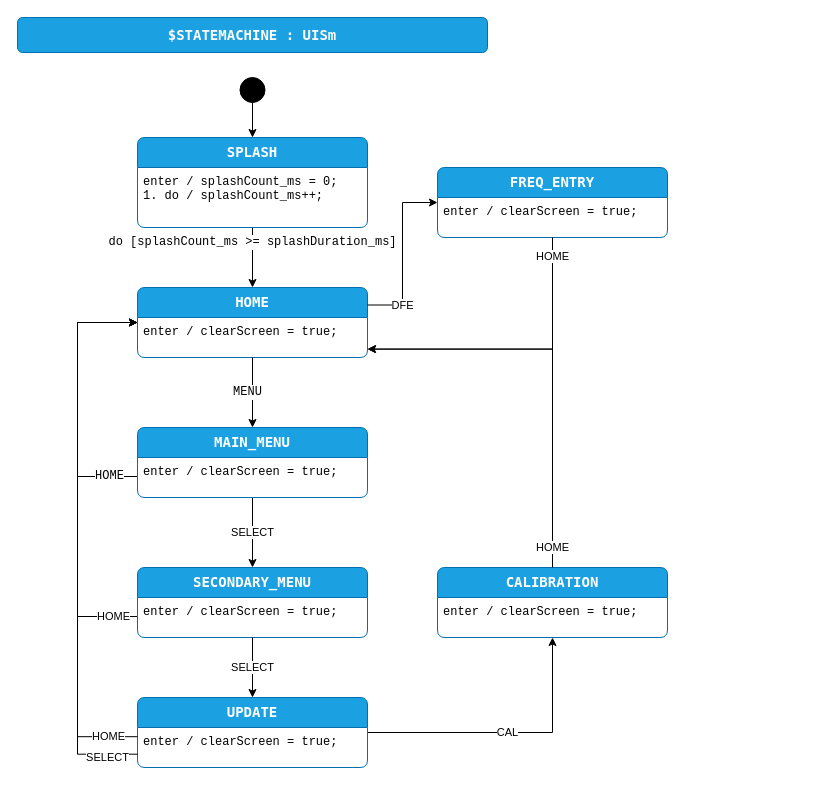
Above: page "design" (1 of 3) of code/src/PhoenixSketch/UISm.drawio in KI3P/Phoenix (draw.io), before the change. Source tidied: cells renumbered, new cells numbered last; positions are measured from the earlier drawing's top-left corner, leaving out a move shared by most shapes. Both pictures are drawn from the tidied source at 100%, with x=0, y=0 at pixel (17, 17).
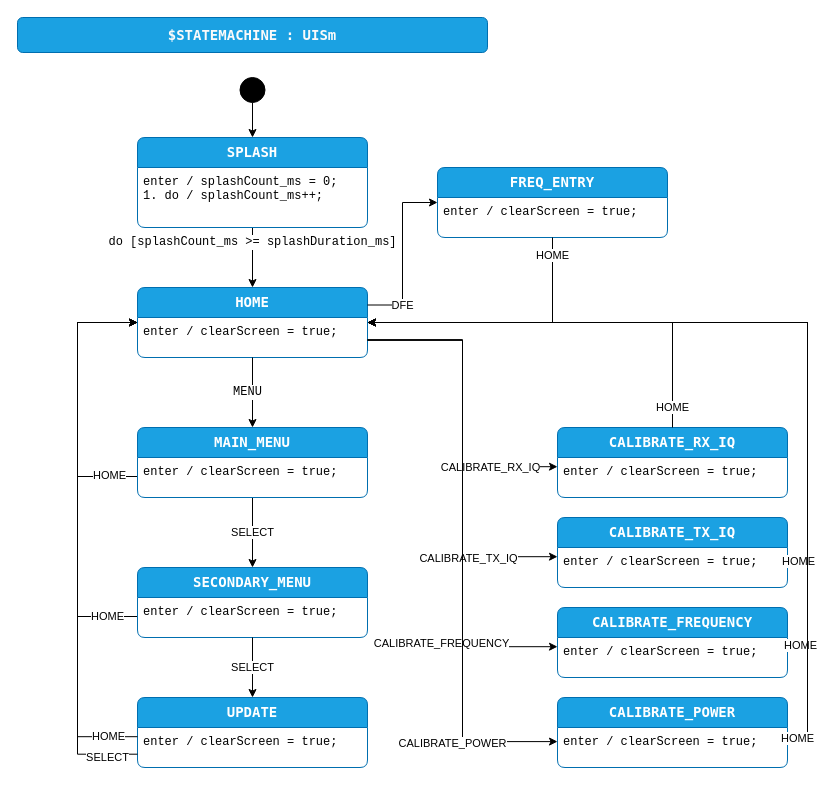
After the change.

The change refers to these unchanged cells:
```xml
<mxCell id="8" value="HOME" style="shape=swimlane;align=center;verticalAlign=top;fontFamily=Lucida Console;startSize=30;fontSize=14;fontStyle=1;fontColor=#ffffff;fillColor=#1ba1e2;swimlaneFillColor=default;rounded=1;arcSize=15;absoluteArcSize=1;points=[[0,0,0,0,0],[0,0.06,0,0,0],[0,0.13,0,0,0],[0,0.19,0,0,0],[0,0.25,0,0,0],[0,0.31,0,0,0],[0,0.38,0,0,0],[0,0.44,0,0,0],[0,0.5,0,0,0],[0,0.56,0,0,0],[0,0.63,0,0,0],[0,0.69,0,0,0],[0,0.75,0,0,0],[0,0.81,0,0,0],[0,0.88,0,0,0],[0,0.94,0,0,0],[0,1,0,0,0],[0.06,0,0,0,0],[0.06,1,0,0,0],[0.13,0,0,0,0],[0.13,1,0,0,0],[0.19,0,0,0,0],[0.19,1,0,0,0],[0.25,0,0,0,0],[0.25,1,0,0,0],[0.31,0,0,0,0],[0.31,1,0,0,0],[0.38,0,0,0,0],[0.38,1,0,0,0],[0.44,0,0,0,0],[0.44,1,0,0,0],[0.5,0,0,0,0],[0.5,1,0,0,0],[0.56,0,0,0,0],[0.56,1,0,0,0],[0.63,0,0,0,0],[0.63,1,0,0,0],[0.69,0,0,0,0],[0.69,1,0,0,0],[0.75,0,0,0,0],[0.75,1,0,0,0],[0.81,0,0,0,0],[0.81,1,0,0,0],[0.88,0,0,0,0],[0.88,1,0,0,0],[0.94,0,0,0,0],[0.94,1,0,0,0],[1,0,0,0,0],[1,0.06,0,0,0],[1,0.13,0,0,0],[1,0.19,0,0,0],[1,0.25,0,0,0],[1,0.31,0,0,0],[1,0.38,0,0,0],[1,0.44,0,0,0],[1,0.5,0,0,0],[1,0.56,0,0,0],[1,0.63,0,0,0],[1,0.69,0,0,0],[1,0.75,0,0,0],[1,0.81,0,0,0],[1,0.88,0,0,0],[1,0.94,0,0,0],[1,1,0,0,0]];strokeColor=#006EAF;" parent="1" vertex="1">
  <mxGeometry x="120" y="270" width="230" height="70" as="geometry" />
</mxCell>
<mxCell id="14" value="MAIN_MENU" style="shape=swimlane;align=center;verticalAlign=top;fontFamily=Lucida Console;startSize=30;fontSize=14;fontStyle=1;fontColor=#ffffff;fillColor=#1ba1e2;swimlaneFillColor=default;rounded=1;arcSize=15;absoluteArcSize=1;points=[[0,0,0,0,0],[0,0.06,0,0,0],[0,0.13,0,0,0],[0,0.19,0,0,0],[0,0.25,0,0,0],[0,0.31,0,0,0],[0,0.38,0,0,0],[0,0.44,0,0,0],[0,0.5,0,0,0],[0,0.56,0,0,0],[0,0.63,0,0,0],[0,0.69,0,0,0],[0,0.75,0,0,0],[0,0.81,0,0,0],[0,0.88,0,0,0],[0,0.94,0,0,0],[0,1,0,0,0],[0.06,0,0,0,0],[0.06,1,0,0,0],[0.13,0,0,0,0],[0.13,1,0,0,0],[0.19,0,0,0,0],[0.19,1,0,0,0],[0.25,0,0,0,0],[0.25,1,0,0,0],[0.31,0,0,0,0],[0.31,1,0,0,0],[0.38,0,0,0,0],[0.38,1,0,0,0],[0.44,0,0,0,0],[0.44,1,0,0,0],[0.5,0,0,0,0],[0.5,1,0,0,0],[0.56,0,0,0,0],[0.56,1,0,0,0],[0.63,0,0,0,0],[0.63,1,0,0,0],[0.69,0,0,0,0],[0.69,1,0,0,0],[0.75,0,0,0,0],[0.75,1,0,0,0],[0.81,0,0,0,0],[0.81,1,0,0,0],[0.88,0,0,0,0],[0.88,1,0,0,0],[0.94,0,0,0,0],[0.94,1,0,0,0],[1,0,0,0,0],[1,0.06,0,0,0],[1,0.13,0,0,0],[1,0.19,0,0,0],[1,0.25,0,0,0],[1,0.31,0,0,0],[1,0.38,0,0,0],[1,0.44,0,0,0],[1,0.5,0,0,0],[1,0.56,0,0,0],[1,0.63,0,0,0],[1,0.69,0,0,0],[1,0.75,0,0,0],[1,0.81,0,0,0],[1,0.88,0,0,0],[1,0.94,0,0,0],[1,1,0,0,0]];strokeColor=#006EAF;" parent="1" vertex="1">
  <mxGeometry x="120" y="410" width="230" height="70" as="geometry" />
</mxCell>
<mxCell id="16" value="SECONDARY_MENU" style="shape=swimlane;align=center;verticalAlign=top;fontFamily=Lucida Console;startSize=30;fontSize=14;fontStyle=1;fontColor=#ffffff;fillColor=#1ba1e2;swimlaneFillColor=default;rounded=1;arcSize=15;absoluteArcSize=1;points=[[0,0,0,0,0],[0,0.06,0,0,0],[0,0.13,0,0,0],[0,0.19,0,0,0],[0,0.25,0,0,0],[0,0.31,0,0,0],[0,0.38,0,0,0],[0,0.44,0,0,0],[0,0.5,0,0,0],[0,0.56,0,0,0],[0,0.63,0,0,0],[0,0.69,0,0,0],[0,0.75,0,0,0],[0,0.81,0,0,0],[0,0.88,0,0,0],[0,0.94,0,0,0],[0,1,0,0,0],[0.06,0,0,0,0],[0.06,1,0,0,0],[0.13,0,0,0,0],[0.13,1,0,0,0],[0.19,0,0,0,0],[0.19,1,0,0,0],[0.25,0,0,0,0],[0.25,1,0,0,0],[0.31,0,0,0,0],[0.31,1,0,0,0],[0.38,0,0,0,0],[0.38,1,0,0,0],[0.44,0,0,0,0],[0.44,1,0,0,0],[0.5,0,0,0,0],[0.5,1,0,0,0],[0.56,0,0,0,0],[0.56,1,0,0,0],[0.63,0,0,0,0],[0.63,1,0,0,0],[0.69,0,0,0,0],[0.69,1,0,0,0],[0.75,0,0,0,0],[0.75,1,0,0,0],[0.81,0,0,0,0],[0.81,1,0,0,0],[0.88,0,0,0,0],[0.88,1,0,0,0],[0.94,0,0,0,0],[0.94,1,0,0,0],[1,0,0,0,0],[1,0.06,0,0,0],[1,0.13,0,0,0],[1,0.19,0,0,0],[1,0.25,0,0,0],[1,0.31,0,0,0],[1,0.38,0,0,0],[1,0.44,0,0,0],[1,0.5,0,0,0],[1,0.56,0,0,0],[1,0.63,0,0,0],[1,0.69,0,0,0],[1,0.75,0,0,0],[1,0.81,0,0,0],[1,0.88,0,0,0],[1,0.94,0,0,0],[1,1,0,0,0]];strokeColor=#006EAF;" parent="1" vertex="1">
  <mxGeometry x="120" y="550" width="230" height="70" as="geometry" />
</mxCell>
<mxCell id="22" value="UPDATE" style="shape=swimlane;align=center;verticalAlign=top;fontFamily=Lucida Console;startSize=30;fontSize=14;fontStyle=1;fontColor=#ffffff;fillColor=#1ba1e2;swimlaneFillColor=default;rounded=1;arcSize=15;absoluteArcSize=1;points=[[0,0,0,0,0],[0,0.06,0,0,0],[0,0.13,0,0,0],[0,0.19,0,0,0],[0,0.25,0,0,0],[0,0.31,0,0,0],[0,0.38,0,0,0],[0,0.44,0,0,0],[0,0.5,0,0,0],[0,0.56,0,0,0],[0,0.63,0,0,0],[0,0.69,0,0,0],[0,0.75,0,0,0],[0,0.81,0,0,0],[0,0.88,0,0,0],[0,0.94,0,0,0],[0,1,0,0,0],[0.06,0,0,0,0],[0.06,1,0,0,0],[0.13,0,0,0,0],[0.13,1,0,0,0],[0.19,0,0,0,0],[0.19,1,0,0,0],[0.25,0,0,0,0],[0.25,1,0,0,0],[0.31,0,0,0,0],[0.31,1,0,0,0],[0.38,0,0,0,0],[0.38,1,0,0,0],[0.44,0,0,0,0],[0.44,1,0,0,0],[0.5,0,0,0,0],[0.5,1,0,0,0],[0.56,0,0,0,0],[0.56,1,0,0,0],[0.63,0,0,0,0],[0.63,1,0,0,0],[0.69,0,0,0,0],[0.69,1,0,0,0],[0.75,0,0,0,0],[0.75,1,0,0,0],[0.81,0,0,0,0],[0.81,1,0,0,0],[0.88,0,0,0,0],[0.88,1,0,0,0],[0.94,0,0,0,0],[0.94,1,0,0,0],[1,0,0,0,0],[1,0.06,0,0,0],[1,0.13,0,0,0],[1,0.19,0,0,0],[1,0.25,0,0,0],[1,0.31,0,0,0],[1,0.38,0,0,0],[1,0.44,0,0,0],[1,0.5,0,0,0],[1,0.56,0,0,0],[1,0.63,0,0,0],[1,0.69,0,0,0],[1,0.75,0,0,0],[1,0.81,0,0,0],[1,0.88,0,0,0],[1,0.94,0,0,0],[1,1,0,0,0]];strokeColor=#006EAF;" parent="1" vertex="1">
  <mxGeometry x="120" y="680" width="230" height="70" as="geometry" />
</mxCell>
<mxCell id="27" value="FREQ_ENTRY" style="shape=swimlane;align=center;verticalAlign=top;fontFamily=Lucida Console;startSize=30;fontSize=14;fontStyle=1;fontColor=#ffffff;fillColor=#1ba1e2;swimlaneFillColor=default;rounded=1;arcSize=15;absoluteArcSize=1;points=[[0,0,0,0,0],[0,0.06,0,0,0],[0,0.13,0,0,0],[0,0.19,0,0,0],[0,0.25,0,0,0],[0,0.31,0,0,0],[0,0.38,0,0,0],[0,0.44,0,0,0],[0,0.5,0,0,0],[0,0.56,0,0,0],[0,0.63,0,0,0],[0,0.69,0,0,0],[0,0.75,0,0,0],[0,0.81,0,0,0],[0,0.88,0,0,0],[0,0.94,0,0,0],[0,1,0,0,0],[0.06,0,0,0,0],[0.06,1,0,0,0],[0.13,0,0,0,0],[0.13,1,0,0,0],[0.19,0,0,0,0],[0.19,1,0,0,0],[0.25,0,0,0,0],[0.25,1,0,0,0],[0.31,0,0,0,0],[0.31,1,0,0,0],[0.38,0,0,0,0],[0.38,1,0,0,0],[0.44,0,0,0,0],[0.44,1,0,0,0],[0.5,0,0,0,0],[0.5,1,0,0,0],[0.56,0,0,0,0],[0.56,1,0,0,0],[0.63,0,0,0,0],[0.63,1,0,0,0],[0.69,0,0,0,0],[0.69,1,0,0,0],[0.75,0,0,0,0],[0.75,1,0,0,0],[0.81,0,0,0,0],[0.81,1,0,0,0],[0.88,0,0,0,0],[0.88,1,0,0,0],[0.94,0,0,0,0],[0.94,1,0,0,0],[1,0,0,0,0],[1,0.06,0,0,0],[1,0.13,0,0,0],[1,0.19,0,0,0],[1,0.25,0,0,0],[1,0.31,0,0,0],[1,0.38,0,0,0],[1,0.44,0,0,0],[1,0.5,0,0,0],[1,0.56,0,0,0],[1,0.63,0,0,0],[1,0.69,0,0,0],[1,0.75,0,0,0],[1,0.81,0,0,0],[1,0.88,0,0,0],[1,0.94,0,0,0],[1,1,0,0,0]];strokeColor=#006EAF;" parent="1" vertex="1">
  <mxGeometry x="420" y="150" width="230" height="70" as="geometry" />
</mxCell>
```

Diff of the diagram source:
```diff
@@
-    <mxCell id="11" value="HOME" style="edgeStyle=orthogonalEdgeStyle;rounded=0;jettySize=auto;html=1;entryX=0;entryY=0.5;entryDx=0;entryDy=0;entryPerimeter=0;fontFamily=Courier New;fontSize=12;fontColor=default;exitX=0;exitY=0.56;exitDx=0;exitDy=0;exitPerimeter=0;" parent="1" edge="1" source="14" target="8">
+    <mxCell id="11" value="&lt;font style=&quot;font-size: 11px;&quot; face=&quot;Helvetica&quot;&gt;HOME&lt;/font&gt;" style="edgeStyle=orthogonalEdgeStyle;rounded=0;jettySize=auto;html=1;entryX=0;entryY=0.5;entryDx=0;entryDy=0;entryPerimeter=0;fontFamily=Courier New;fontSize=12;fontColor=default;exitX=0;exitY=0.56;exitDx=0;exitDy=0;exitPerimeter=0;" parent="1" edge="1" source="14" target="8">
       <mxGeometry x="-0.73" relative="1" as="geometry">
         <Array as="points">
           <mxPoint x="60" y="459" />
           <mxPoint x="60" y="305" />
         </Array>
       </mxGeometry>
     </mxCell>
@@
     <mxCell id="13" value="HOME" style="edgeStyle=orthogonalEdgeStyle;rounded=0;jettySize=auto;html=1;exitX=0;exitY=0.56;exitDx=0;exitDy=0;exitPerimeter=0;entryX=0;entryY=0.5;entryDx=0;entryDy=0;entryPerimeter=0;" parent="1" edge="1" source="16" target="8">
-      <mxGeometry x="-0.84" relative="1" as="geometry">
+      <mxGeometry x="-0.81" relative="1" as="geometry">
         <Array as="points">
           <mxPoint x="60" y="599" />
           <mxPoint x="60" y="305" />
         </Array>
       </mxGeometry>
     </mxCell>
@@
-    <mxCell id="18" value="CALIBRATION" style="shape=swimlane;align=center;verticalAlign=top;fontFamily=Lucida Console;startSize=30;fontSize=14;fontStyle=1;fontColor=#ffffff;fillColor=#1ba1e2;swimlaneFillColor=default;rounded=1;arcSize=15;absoluteArcSize=1;points=[[0,0,0,0,0],[0,0.06,0,0,0],[0,0.13,0,0,0],[0,0.19,0,0,0],[0,0.25,0,0,0],[0,0.31,0,0,0],[0,0.38,0,0,0],[0,0.44,0,0,0],[0,0.5,0,0,0],[0,0.56,0,0,0],[0,0.63,0,0,0],[0,0.69,0,0,0],[0,0.75,0,0,0],[0,0.81,0,0,0],[0,0.88,0,0,0],[0,0.94,0,0,0],[0,1,0,0,0],[0.06,0,0,0,0],[0.06,1,0,0,0],[0.13,0,0,0,0],[0.13,1,0,0,0],[0.19,0,0,0,0],[0.19,1,0,0,0],[0.25,0,0,0,0],[0.25,1,0,0,0],[0.31,0,0,0,0],[0.31,1,0,0,0],[0.38,0,0,0,0],[0.38,1,0,0,0],[0.44,0,0,0,0],[0.44,1,0,0,0],[0.5,0,0,0,0],[0.5,1,0,0,0],[0.56,0,0,0,0],[0.56,1,0,0,0],[0.63,0,0,0,0],[0.63,1,0,0,0],[0.69,0,0,0,0],[0.69,1,0,0,0],[0.75,0,0,0,0],[0.75,1,0,0,0],[0.81,0,0,0,0],[0.81,1,0,0,0],[0.88,0,0,0,0],[0.88,1,0,0,0],[0.94,0,0,0,0],[0.94,1,0,0,0],[1,0,0,0,0],[1,0.06,0,0,0],[1,0.13,0,0,0],[1,0.19,0,0,0],[1,0.25,0,0,0],[1,0.31,0,0,0],[1,0.38,0,0,0],[1,0.44,0,0,0],[1,0.5,0,0,0],[1,0.56,0,0,0],[1,0.63,0,0,0],[1,0.69,0,0,0],[1,0.75,0,0,0],[1,0.81,0,0,0],[1,0.88,0,0,0],[1,0.94,0,0,0],[1,1,0,0,0]];strokeColor=#006EAF;" parent="1" vertex="1">
-      <mxGeometry x="420" y="550" width="230" height="70" as="geometry" />
+    <mxCell id="18" value="CALIBRATE_RX_IQ" style="shape=swimlane;align=center;verticalAlign=top;fontFamily=Lucida Console;startSize=30;fontSize=14;fontStyle=1;fontColor=#ffffff;fillColor=#1ba1e2;swimlaneFillColor=default;rounded=1;arcSize=15;absoluteArcSize=1;points=[[0,0,0,0,0],[0,0.06,0,0,0],[0,0.13,0,0,0],[0,0.19,0,0,0],[0,0.25,0,0,0],[0,0.31,0,0,0],[0,0.38,0,0,0],[0,0.44,0,0,0],[0,0.5,0,0,0],[0,0.56,0,0,0],[0,0.63,0,0,0],[0,0.69,0,0,0],[0,0.75,0,0,0],[0,0.81,0,0,0],[0,0.88,0,0,0],[0,0.94,0,0,0],[0,1,0,0,0],[0.06,0,0,0,0],[0.06,1,0,0,0],[0.13,0,0,0,0],[0.13,1,0,0,0],[0.19,0,0,0,0],[0.19,1,0,0,0],[0.25,0,0,0,0],[0.25,1,0,0,0],[0.31,0,0,0,0],[0.31,1,0,0,0],[0.38,0,0,0,0],[0.38,1,0,0,0],[0.44,0,0,0,0],[0.44,1,0,0,0],[0.5,0,0,0,0],[0.5,1,0,0,0],[0.56,0,0,0,0],[0.56,1,0,0,0],[0.63,0,0,0,0],[0.63,1,0,0,0],[0.69,0,0,0,0],[0.69,1,0,0,0],[0.75,0,0,0,0],[0.75,1,0,0,0],[0.81,0,0,0,0],[0.81,1,0,0,0],[0.88,0,0,0,0],[0.88,1,0,0,0],[0.94,0,0,0,0],[0.94,1,0,0,0],[1,0,0,0,0],[1,0.06,0,0,0],[1,0.13,0,0,0],[1,0.19,0,0,0],[1,0.25,0,0,0],[1,0.31,0,0,0],[1,0.38,0,0,0],[1,0.44,0,0,0],[1,0.5,0,0,0],[1,0.56,0,0,0],[1,0.63,0,0,0],[1,0.69,0,0,0],[1,0.75,0,0,0],[1,0.81,0,0,0],[1,0.88,0,0,0],[1,0.94,0,0,0],[1,1,0,0,0]];strokeColor=#006EAF;" parent="1" vertex="1">
+      <mxGeometry x="540" y="410" width="230" height="70" as="geometry" />
     </mxCell>
@@
-    <mxCell id="20" value="CAL" style="edgeStyle=orthogonalEdgeStyle;rounded=0;jettySize=auto;html=1;exitX=1;exitY=0.5;exitDx=0;exitDy=0;exitPerimeter=0;entryX=0.5;entryY=1;entryDx=0;entryDy=0;entryPerimeter=0;" parent="1" edge="1" source="22" target="18">
-      <mxGeometry relative="1" as="geometry" />
+    <mxCell id="20" value="CALIBRATE_RX_IQ" style="edgeStyle=orthogonalEdgeStyle;rounded=0;jettySize=auto;html=1;exitX=1;exitY=0.75;exitDx=0;exitDy=0;exitPerimeter=0;entryX=0;entryY=0.56;entryDx=0;entryDy=0;entryPerimeter=0;" parent="1" edge="1" source="8" target="18">
+      <mxGeometry x="0.58" y="-1" relative="1" as="geometry" />
     </mxCell>
-    <mxCell id="21" value="HOME" style="edgeStyle=orthogonalEdgeStyle;rounded=0;jettySize=auto;html=1;exitX=0.5;exitY=0;exitDx=0;exitDy=0;exitPerimeter=0;entryX=1;entryY=0.88;entryDx=0;entryDy=0;entryPerimeter=0;" parent="1" edge="1" source="18" target="8">
+    <mxCell id="21" value="HOME" style="edgeStyle=orthogonalEdgeStyle;rounded=0;jettySize=auto;html=1;exitX=0.5;exitY=0;exitDx=0;exitDy=0;exitPerimeter=0;entryX=1;entryY=0.5;entryDx=0;entryDy=0;entryPerimeter=0;" parent="1" edge="1" source="18" target="8">
       <mxGeometry x="-0.9" relative="1" as="geometry" />
     </mxCell>
@@
-    <mxCell id="30" value="HOME" style="edgeStyle=orthogonalEdgeStyle;rounded=0;jettySize=auto;html=1;exitX=0.5;exitY=1;exitDx=0;exitDy=0;exitPerimeter=0;entryX=1;entryY=0.88;entryDx=0;entryDy=0;entryPerimeter=0;" parent="1" edge="1" source="27" target="8">
+    <mxCell id="30" value="HOME" style="edgeStyle=orthogonalEdgeStyle;rounded=0;jettySize=auto;html=1;exitX=0.5;exitY=1;exitDx=0;exitDy=0;exitPerimeter=0;entryX=1;entryY=0.5;entryDx=0;entryDy=0;entryPerimeter=0;" parent="1" edge="1" source="27" target="8">
       <mxGeometry x="-0.87" relative="1" as="geometry" />
     </mxCell>
+    <mxCell id="31" value="CALIBRATE_TX_IQ" style="shape=swimlane;align=center;verticalAlign=top;fontFamily=Lucida Console;startSize=30;fontSize=14;fontStyle=1;fontColor=#ffffff;fillColor=#1ba1e2;swimlaneFillColor=default;rounded=1;arcSize=15;absoluteArcSize=1;points=[[0,0,0,0,0],[0,0.06,0,0,0],[0,0.13,0,0,0],[0,0.19,0,0,0],[0,0.25,0,0,0],[0,0.31,0,0,0],[0,0.38,0,0,0],[0,0.44,0,0,0],[0,0.5,0,0,0],[0,0.56,0,0,0],[0,0.63,0,0,0],[0,0.69,0,0,0],[0,0.75,0,0,0],[0,0.81,0,0,0],[0,0.88,0,0,0],[0,0.94,0,0,0],[0,1,0,0,0],[0.06,0,0,0,0],[0.06,1,0,0,0],[0.13,0,0,0,0],[0.13,1,0,0,0],[0.19,0,0,0,0],[0.19,1,0,0,0],[0.25,0,0,0,0],[0.25,1,0,0,0],[0.31,0,0,0,0],[0.31,1,0,0,0],[0.38,0,0,0,0],[0.38,1,0,0,0],[0.44,0,0,0,0],[0.44,1,0,0,0],[0.5,0,0,0,0],[0.5,1,0,0,0],[0.56,0,0,0,0],[0.56,1,0,0,0],[0.63,0,0,0,0],[0.63,1,0,0,0],[0.69,0,0,0,0],[0.69,1,0,0,0],[0.75,0,0,0,0],[0.75,1,0,0,0],[0.81,0,0,0,0],[0.81,1,0,0,0],[0.88,0,0,0,0],[0.88,1,0,0,0],[0.94,0,0,0,0],[0.94,1,0,0,0],[1,0,0,0,0],[1,0.06,0,0,0],[1,0.13,0,0,0],[1,0.19,0,0,0],[1,0.25,0,0,0],[1,0.31,0,0,0],[1,0.38,0,0,0],[1,0.44,0,0,0],[1,0.5,0,0,0],[1,0.56,0,0,0],[1,0.63,0,0,0],[1,0.69,0,0,0],[1,0.75,0,0,0],[1,0.81,0,0,0],[1,0.88,0,0,0],[1,0.94,0,0,0],[1,1,0,0,0]];strokeColor=#006EAF;" parent="1" vertex="1">
+      <mxGeometry x="540" y="500" width="230" height="70" as="geometry" />
+    </mxCell>
+    <mxCell id="32" value="enter / clearScreen = true;" style="fontFamily=Courier New;align=left;verticalAlign=top;fillColor=none;gradientColor=none;strokeColor=none;rounded=0;spacingLeft=4;" parent="31" vertex="1">
+      <mxGeometry y="30" width="230" height="30" as="geometry" />
+    </mxCell>
+    <mxCell id="33" value="CALIBRATE_FREQUENCY" style="shape=swimlane;align=center;verticalAlign=top;fontFamily=Lucida Console;startSize=30;fontSize=14;fontStyle=1;fontColor=#ffffff;fillColor=#1ba1e2;swimlaneFillColor=default;rounded=1;arcSize=15;absoluteArcSize=1;points=[[0,0,0,0,0],[0,0.06,0,0,0],[0,0.13,0,0,0],[0,0.19,0,0,0],[0,0.25,0,0,0],[0,0.31,0,0,0],[0,0.38,0,0,0],[0,0.44,0,0,0],[0,0.5,0,0,0],[0,0.56,0,0,0],[0,0.63,0,0,0],[0,0.69,0,0,0],[0,0.75,0,0,0],[0,0.81,0,0,0],[0,0.88,0,0,0],[0,0.94,0,0,0],[0,1,0,0,0],[0.06,0,0,0,0],[0.06,1,0,0,0],[0.13,0,0,0,0],[0.13,1,0,0,0],[0.19,0,0,0,0],[0.19,1,0,0,0],[0.25,0,0,0,0],[0.25,1,0,0,0],[0.31,0,0,0,0],[0.31,1,0,0,0],[0.38,0,0,0,0],[0.38,1,0,0,0],[0.44,0,0,0,0],[0.44,1,0,0,0],[0.5,0,0,0,0],[0.5,1,0,0,0],[0.56,0,0,0,0],[0.56,1,0,0,0],[0.63,0,0,0,0],[0.63,1,0,0,0],[0.69,0,0,0,0],[0.69,1,0,0,0],[0.75,0,0,0,0],[0.75,1,0,0,0],[0.81,0,0,0,0],[0.81,1,0,0,0],[0.88,0,0,0,0],[0.88,1,0,0,0],[0.94,0,0,0,0],[0.94,1,0,0,0],[1,0,0,0,0],[1,0.06,0,0,0],[1,0.13,0,0,0],[1,0.19,0,0,0],[1,0.25,0,0,0],[1,0.31,0,0,0],[1,0.38,0,0,0],[1,0.44,0,0,0],[1,0.5,0,0,0],[1,0.56,0,0,0],[1,0.63,0,0,0],[1,0.69,0,0,0],[1,0.75,0,0,0],[1,0.81,0,0,0],[1,0.88,0,0,0],[1,0.94,0,0,0],[1,1,0,0,0]];strokeColor=#006EAF;" parent="1" vertex="1">
+      <mxGeometry x="540" y="590" width="230" height="70" as="geometry" />
+    </mxCell>
+    <mxCell id="34" value="enter / clearScreen = true;" style="fontFamily=Courier New;align=left;verticalAlign=top;fillColor=none;gradientColor=none;strokeColor=none;rounded=0;spacingLeft=4;" parent="33" vertex="1">
+      <mxGeometry y="30" width="230" height="30" as="geometry" />
+    </mxCell>
+    <mxCell id="35" value="CALIBRATE_POWER" style="shape=swimlane;align=center;verticalAlign=top;fontFamily=Lucida Console;startSize=30;fontSize=14;fontStyle=1;fontColor=#ffffff;fillColor=#1ba1e2;swimlaneFillColor=default;rounded=1;arcSize=15;absoluteArcSize=1;points=[[0,0,0,0,0],[0,0.06,0,0,0],[0,0.13,0,0,0],[0,0.19,0,0,0],[0,0.25,0,0,0],[0,0.31,0,0,0],[0,0.38,0,0,0],[0,0.44,0,0,0],[0,0.5,0,0,0],[0,0.56,0,0,0],[0,0.63,0,0,0],[0,0.69,0,0,0],[0,0.75,0,0,0],[0,0.81,0,0,0],[0,0.88,0,0,0],[0,0.94,0,0,0],[0,1,0,0,0],[0.06,0,0,0,0],[0.06,1,0,0,0],[0.13,0,0,0,0],[0.13,1,0,0,0],[0.19,0,0,0,0],[0.19,1,0,0,0],[0.25,0,0,0,0],[0.25,1,0,0,0],[0.31,0,0,0,0],[0.31,1,0,0,0],[0.38,0,0,0,0],[0.38,1,0,0,0],[0.44,0,0,0,0],[0.44,1,0,0,0],[0.5,0,0,0,0],[0.5,1,0,0,0],[0.56,0,0,0,0],[0.56,1,0,0,0],[0.63,0,0,0,0],[0.63,1,0,0,0],[0.69,0,0,0,0],[0.69,1,0,0,0],[0.75,0,0,0,0],[0.75,1,0,0,0],[0.81,0,0,0,0],[0.81,1,0,0,0],[0.88,0,0,0,0],[0.88,1,0,0,0],[0.94,0,0,0,0],[0.94,1,0,0,0],[1,0,0,0,0],[1,0.06,0,0,0],[1,0.13,0,0,0],[1,0.19,0,0,0],[1,0.25,0,0,0],[1,0.31,0,0,0],[1,0.38,0,0,0],[1,0.44,0,0,0],[1,0.5,0,0,0],[1,0.56,0,0,0],[1,0.63,0,0,0],[1,0.69,0,0,0],[1,0.75,0,0,0],[1,0.81,0,0,0],[1,0.88,0,0,0],[1,0.94,0,0,0],[1,1,0,0,0]];strokeColor=#006EAF;" parent="1" vertex="1">
+      <mxGeometry x="540" y="680" width="230" height="70" as="geometry" />
+    </mxCell>
+    <mxCell id="36" value="enter / clearScreen = true;" style="fontFamily=Courier New;align=left;verticalAlign=top;fillColor=none;gradientColor=none;strokeColor=none;rounded=0;spacingLeft=4;" parent="35" vertex="1">
+      <mxGeometry y="30" width="230" height="30" as="geometry" />
+    </mxCell>
+    <mxCell id="37" style="edgeStyle=orthogonalEdgeStyle;rounded=0;jettySize=auto;html=1;exitX=1;exitY=0.75;exitDx=0;exitDy=0;exitPerimeter=0;entryX=0;entryY=0.56;entryDx=0;entryDy=0;entryPerimeter=0;" parent="1" edge="1" source="8" target="31">
+      <mxGeometry relative="1" as="geometry" />
+    </mxCell>
+    <mxCell id="38" value="CALIBRATE_TX_IQ" style="edgeLabel;html=1;align=center;verticalAlign=middle;" parent="37" vertex="1">
+      <mxGeometry x="0.69" relative="1" as="geometry">
+        <mxPoint x="-27" y="1" as="offset" />
+      </mxGeometry>
+    </mxCell>
+    <mxCell id="39" style="edgeStyle=orthogonalEdgeStyle;rounded=0;jettySize=auto;html=1;exitX=1;exitY=0.75;exitDx=0;exitDy=0;exitPerimeter=0;entryX=0;entryY=0.56;entryDx=0;entryDy=0;entryPerimeter=0;" parent="1" edge="1" source="8" target="33">
+      <mxGeometry relative="1" as="geometry" />
+    </mxCell>
+    <mxCell id="40" value="CALIBRATE_FREQUENCY" style="edgeLabel;html=1;align=center;verticalAlign=middle;" parent="39" vertex="1">
+      <mxGeometry x="0.72" y="-3" relative="1" as="geometry">
+        <mxPoint x="-47" y="-7" as="offset" />
+      </mxGeometry>
+    </mxCell>
+    <mxCell id="41" style="edgeStyle=orthogonalEdgeStyle;rounded=0;jettySize=auto;html=1;exitX=1;exitY=0.75;exitDx=0;exitDy=0;exitPerimeter=0;entryX=0;entryY=0.63;entryDx=0;entryDy=0;entryPerimeter=0;" parent="1" edge="1" source="8" target="35">
+      <mxGeometry relative="1" as="geometry" />
+    </mxCell>
+    <mxCell id="42" value="CALIBRATE_POWER" style="edgeLabel;html=1;align=center;verticalAlign=middle;" parent="41" vertex="1">
+      <mxGeometry x="0.73" y="-1" relative="1" as="geometry">
+        <mxPoint x="-26" as="offset" />
+      </mxGeometry>
+    </mxCell>
+    <mxCell id="43" style="edgeStyle=orthogonalEdgeStyle;rounded=0;jettySize=auto;html=1;exitX=1;exitY=0.56;exitDx=0;exitDy=0;exitPerimeter=0;entryX=1;entryY=0.5;entryDx=0;entryDy=0;entryPerimeter=0;" parent="1" edge="1" source="31" target="8">
+      <mxGeometry relative="1" as="geometry" />
+    </mxCell>
+    <mxCell id="44" value="HOME" style="edgeLabel;html=1;align=center;verticalAlign=middle;" parent="43" vertex="1">
+      <mxGeometry x="-0.97" y="-4" relative="1" as="geometry" />
+    </mxCell>
+    <mxCell id="45" style="edgeStyle=orthogonalEdgeStyle;rounded=0;jettySize=auto;html=1;exitX=1;exitY=0.56;exitDx=0;exitDy=0;exitPerimeter=0;entryX=1;entryY=0.5;entryDx=0;entryDy=0;entryPerimeter=0;" parent="1" edge="1" source="33" target="8">
+      <mxGeometry relative="1" as="geometry" />
+    </mxCell>
+    <mxCell id="46" value="HOME" style="edgeLabel;html=1;align=center;verticalAlign=middle;" parent="45" vertex="1">
+      <mxGeometry x="-0.97" y="2" relative="1" as="geometry" />
+    </mxCell>
+    <mxCell id="47" style="edgeStyle=orthogonalEdgeStyle;rounded=0;jettySize=auto;html=1;exitX=1;exitY=0.56;exitDx=0;exitDy=0;exitPerimeter=0;entryX=1;entryY=0.5;entryDx=0;entryDy=0;entryPerimeter=0;" parent="1" edge="1" source="35" target="8">
+      <mxGeometry relative="1" as="geometry" />
+    </mxCell>
+    <mxCell id="48" value="HOME" style="edgeLabel;html=1;align=center;verticalAlign=middle;" parent="47" vertex="1">
+      <mxGeometry x="-0.98" y="-1" relative="1" as="geometry" />
+    </mxCell>
```
